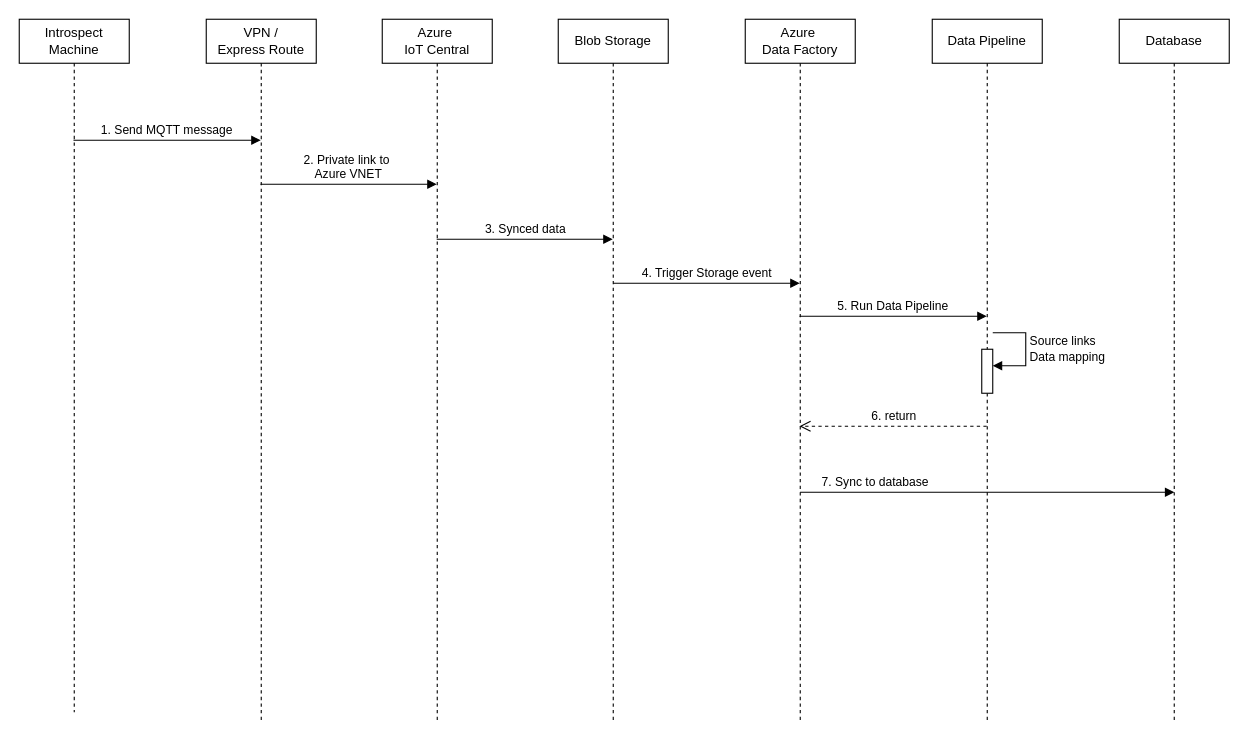
Above: page "Data Processing Flow" (2 of 3) of arch/EHR.drawio in ryanninodizon/EHR-PoC (draw.io), before the change. Source tidied: cells renumbered, new cells numbered last; positions are measured from the earlier drawing's top-left corner, leaving out a move shared by most shapes. Both pictures are drawn from the tidied source at 110%, with x=0, y=0 at pixel (19, 19).
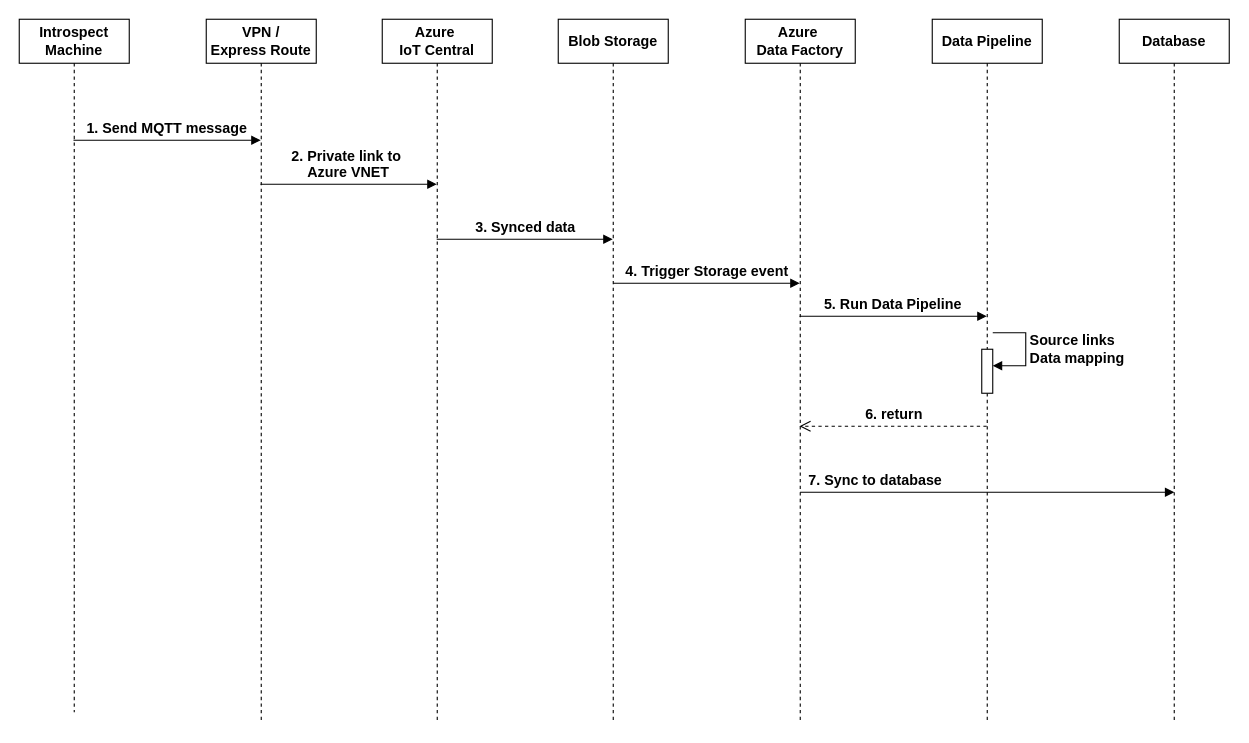
The same page after the edit.

Change to the diagram source:
```diff
@@
-    <mxCell id="2" value="Introspect Machine" style="shape=umlLifeline;perimeter=lifelinePerimeter;whiteSpace=wrap;html=1;newEdgeStyle={&quot;curved&quot;:0,&quot;rounded&quot;:0};" parent="1" vertex="1">
+    <mxCell id="2" value="Introspect Machine" style="shape=umlLifeline;perimeter=lifelinePerimeter;whiteSpace=wrap;html=1;newEdgeStyle={&quot;curved&quot;:0,&quot;rounded&quot;:0};fontStyle=1;fontSize=13;" parent="1" vertex="1">
       <mxGeometry width="100" height="630" as="geometry" />
     </mxCell>
-    <mxCell id="3" value="Azure&amp;nbsp;&lt;div&gt;IoT Central&lt;/div&gt;" style="shape=umlLifeline;perimeter=lifelinePerimeter;whiteSpace=wrap;html=1;outlineConnect=0;portConstraint=eastwest;newEdgeStyle={&quot;curved&quot;:0,&quot;rounded&quot;:0};" parent="1" vertex="1">
+    <mxCell id="3" value="Azure&amp;nbsp;&lt;div&gt;IoT Central&lt;/div&gt;" style="shape=umlLifeline;perimeter=lifelinePerimeter;whiteSpace=wrap;html=1;outlineConnect=0;portConstraint=eastwest;newEdgeStyle={&quot;curved&quot;:0,&quot;rounded&quot;:0};fontStyle=1;fontSize=13;" parent="1" vertex="1">
       <mxGeometry x="330" width="100" height="640" as="geometry" />
     </mxCell>
-    <mxCell id="4" value="Blob Storage" style="shape=umlLifeline;perimeter=lifelinePerimeter;whiteSpace=wrap;html=1;newEdgeStyle={&quot;curved&quot;:0,&quot;rounded&quot;:0};" parent="1" vertex="1">
+    <mxCell id="4" value="Blob Storage" style="shape=umlLifeline;perimeter=lifelinePerimeter;whiteSpace=wrap;html=1;newEdgeStyle={&quot;curved&quot;:0,&quot;rounded&quot;:0};fontStyle=1;fontSize=13;" parent="1" vertex="1">
       <mxGeometry x="490" width="100" height="640" as="geometry" />
     </mxCell>
-    <mxCell id="5" value="Database" style="shape=umlLifeline;perimeter=lifelinePerimeter;whiteSpace=wrap;html=1;newEdgeStyle={&quot;curved&quot;:0,&quot;rounded&quot;:0};" parent="1" vertex="1">
+    <mxCell id="5" value="Database" style="shape=umlLifeline;perimeter=lifelinePerimeter;whiteSpace=wrap;html=1;newEdgeStyle={&quot;curved&quot;:0,&quot;rounded&quot;:0};fontStyle=1;fontSize=13;" parent="1" vertex="1">
       <mxGeometry x="1000" width="100" height="640" as="geometry" />
     </mxCell>
-    <mxCell id="6" value="VPN /&lt;br&gt;Express Route" style="shape=umlLifeline;perimeter=lifelinePerimeter;whiteSpace=wrap;html=1;newEdgeStyle={&quot;curved&quot;:0,&quot;rounded&quot;:0};" parent="1" vertex="1">
+    <mxCell id="6" value="VPN /&lt;br&gt;Express Route" style="shape=umlLifeline;perimeter=lifelinePerimeter;whiteSpace=wrap;html=1;newEdgeStyle={&quot;curved&quot;:0,&quot;rounded&quot;:0};fontStyle=1;fontSize=13;" parent="1" vertex="1">
       <mxGeometry x="170" width="100" height="640" as="geometry" />
     </mxCell>
-    <mxCell id="7" value="1. Send MQTT message" style="html=1;verticalAlign=bottom;endArrow=block;curved=0;rounded=0;" parent="1" edge="1">
+    <mxCell id="7" value="1. Send MQTT message" style="html=1;verticalAlign=bottom;endArrow=block;curved=0;rounded=0;fontStyle=1;fontSize=13;" parent="1" edge="1">
       <mxGeometry relative="1" as="geometry">
         <mxPoint x="49.3" y="110" as="sourcePoint" />
         <mxPoint x="219.5" y="110" as="targetPoint" />
       </mxGeometry>
     </mxCell>
-    <mxCell id="8" value="2. Private link to&amp;nbsp;&lt;div&gt;Azure VNET&lt;/div&gt;" style="html=1;verticalAlign=bottom;endArrow=block;curved=0;rounded=0;" parent="1" edge="1">
+    <mxCell id="8" value="2. Private link to&amp;nbsp;&lt;div&gt;Azure VNET&lt;/div&gt;" style="html=1;verticalAlign=bottom;endArrow=block;curved=0;rounded=0;fontStyle=1;fontSize=13;" parent="1" edge="1">
       <mxGeometry relative="1" as="geometry">
         <mxPoint x="219.3" y="150" as="sourcePoint" />
         <mxPoint x="379.5" y="150" as="targetPoint" />
       </mxGeometry>
     </mxCell>
-    <mxCell id="9" value="Azure&amp;nbsp;&lt;div&gt;Data Factory&lt;/div&gt;" style="shape=umlLifeline;perimeter=lifelinePerimeter;whiteSpace=wrap;html=1;outlineConnect=0;portConstraint=eastwest;newEdgeStyle={&quot;curved&quot;:0,&quot;rounded&quot;:0};" parent="1" vertex="1">
+    <mxCell id="9" value="Azure&amp;nbsp;&lt;div&gt;Data Factory&lt;/div&gt;" style="shape=umlLifeline;perimeter=lifelinePerimeter;whiteSpace=wrap;html=1;outlineConnect=0;portConstraint=eastwest;newEdgeStyle={&quot;curved&quot;:0,&quot;rounded&quot;:0};fontStyle=1;fontSize=13;" parent="1" vertex="1">
       <mxGeometry x="660" width="100" height="640" as="geometry" />
     </mxCell>
-    <mxCell id="10" value="Data Pipeline" style="shape=umlLifeline;perimeter=lifelinePerimeter;whiteSpace=wrap;html=1;newEdgeStyle={&quot;curved&quot;:0,&quot;rounded&quot;:0};" parent="1" vertex="1">
+    <mxCell id="10" value="Data Pipeline" style="shape=umlLifeline;perimeter=lifelinePerimeter;whiteSpace=wrap;html=1;newEdgeStyle={&quot;curved&quot;:0,&quot;rounded&quot;:0};fontStyle=1;fontSize=13;" parent="1" vertex="1">
       <mxGeometry x="830" width="100" height="640" as="geometry" />
     </mxCell>
-    <mxCell id="11" style="html=1;points=[[0,0,0,0,5],[0,1,0,0,-5],[1,0,0,0,5],[1,1,0,0,-5]];perimeter=orthogonalPerimeter;outlineConnect=0;targetShapes=umlLifeline;portConstraint=eastwest;newEdgeStyle={&quot;curved&quot;:0,&quot;rounded&quot;:0};" parent="10" vertex="1">
+    <mxCell id="11" style="html=1;points=[[0,0,0,0,5],[0,1,0,0,-5],[1,0,0,0,5],[1,1,0,0,-5]];perimeter=orthogonalPerimeter;outlineConnect=0;targetShapes=umlLifeline;portConstraint=eastwest;newEdgeStyle={&quot;curved&quot;:0,&quot;rounded&quot;:0};fontStyle=1;fontSize=13;" parent="10" vertex="1">
       <mxGeometry x="45" y="300" width="10" height="40" as="geometry" />
     </mxCell>
-    <mxCell id="12" value="Source links&amp;nbsp;&lt;br&gt;Data mapping" style="html=1;align=left;spacingLeft=2;endArrow=block;rounded=0;edgeStyle=orthogonalEdgeStyle;curved=0;rounded=0;" parent="10" edge="1" target="11">
+    <mxCell id="12" value="Source links&amp;nbsp;&lt;br&gt;Data mapping" style="html=1;align=left;spacingLeft=2;endArrow=block;rounded=0;edgeStyle=orthogonalEdgeStyle;curved=0;rounded=0;fontStyle=1;fontSize=13;" parent="10" edge="1" target="11">
       <mxGeometry relative="1" as="geometry">
         <mxPoint x="55" y="285" as="sourcePoint" />
         <Array as="points">
           <mxPoint x="85" y="315" />
         </Array>
       </mxGeometry>
     </mxCell>
-    <mxCell id="13" value="3. Synced data" style="html=1;verticalAlign=bottom;endArrow=block;curved=0;rounded=0;" parent="1" edge="1" source="3">
+    <mxCell id="13" value="3. Synced data" style="html=1;verticalAlign=bottom;endArrow=block;curved=0;rounded=0;fontStyle=1;fontSize=13;" parent="1" edge="1" source="3">
       <mxGeometry relative="1" as="geometry">
         <mxPoint x="539.5" y="200" as="targetPoint" />
       </mxGeometry>
     </mxCell>
-    <mxCell id="14" value="4. Trigger Storage event" style="html=1;verticalAlign=bottom;endArrow=block;curved=0;rounded=0;" parent="1" edge="1" target="9">
+    <mxCell id="14" value="4. Trigger Storage event" style="html=1;verticalAlign=bottom;endArrow=block;curved=0;rounded=0;fontStyle=1;fontSize=13;" parent="1" edge="1" target="9">
       <mxGeometry relative="1" as="geometry">
         <mxPoint x="540" y="240" as="sourcePoint" />
       </mxGeometry>
     </mxCell>
-    <mxCell id="15" value="5. Run Data Pipeline" style="html=1;verticalAlign=bottom;endArrow=block;curved=0;rounded=0;" parent="1" edge="1">
+    <mxCell id="15" value="5. Run Data Pipeline" style="html=1;verticalAlign=bottom;endArrow=block;curved=0;rounded=0;fontStyle=1;fontSize=13;" parent="1" edge="1">
       <mxGeometry relative="1" as="geometry">
         <mxPoint x="709.3" y="270" as="sourcePoint" />
         <mxPoint x="879.5" y="270" as="targetPoint" />
       </mxGeometry>
     </mxCell>
-    <mxCell id="16" value="6. return" style="html=1;verticalAlign=bottom;endArrow=open;dashed=1;endSize=8;curved=0;rounded=0;" parent="1" edge="1">
+    <mxCell id="16" value="6. return" style="html=1;verticalAlign=bottom;endArrow=open;dashed=1;endSize=8;curved=0;rounded=0;fontStyle=1;fontSize=13;" parent="1" edge="1">
       <mxGeometry relative="1" as="geometry">
         <mxPoint x="879.5" y="370" as="sourcePoint" />
         <mxPoint x="709.3" y="370" as="targetPoint" />
       </mxGeometry>
     </mxCell>
-    <mxCell id="17" value="7. Sync to database" style="html=1;verticalAlign=bottom;endArrow=block;curved=0;rounded=0;" parent="1" edge="1">
+    <mxCell id="17" value="7. Sync to database" style="html=1;verticalAlign=bottom;endArrow=block;curved=0;rounded=0;fontStyle=1;fontSize=13;" parent="1" edge="1">
       <mxGeometry x="-0.6" relative="1" as="geometry">
         <mxPoint x="709.9" y="430" as="sourcePoint" />
         <mxPoint x="1050.1" y="430" as="targetPoint" />
       </mxGeometry>
     </mxCell>
```
